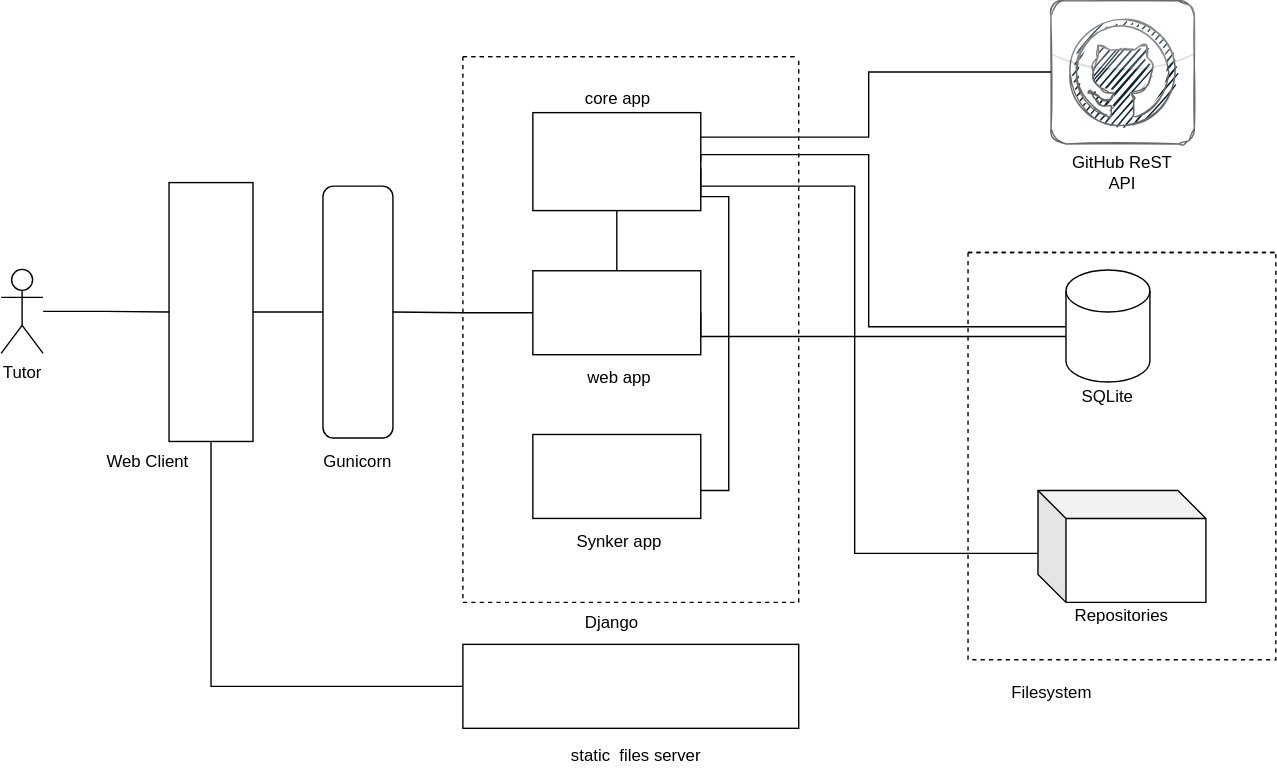
The draw.io diagram docs/sync-sys-interaction-diagram.svg in Olfredos6/synker, before a commit. Source tidied: cells renumbered, new cells last; positions are measured from the earlier drawing's top-left corner, leaving out a move shared by most shapes.
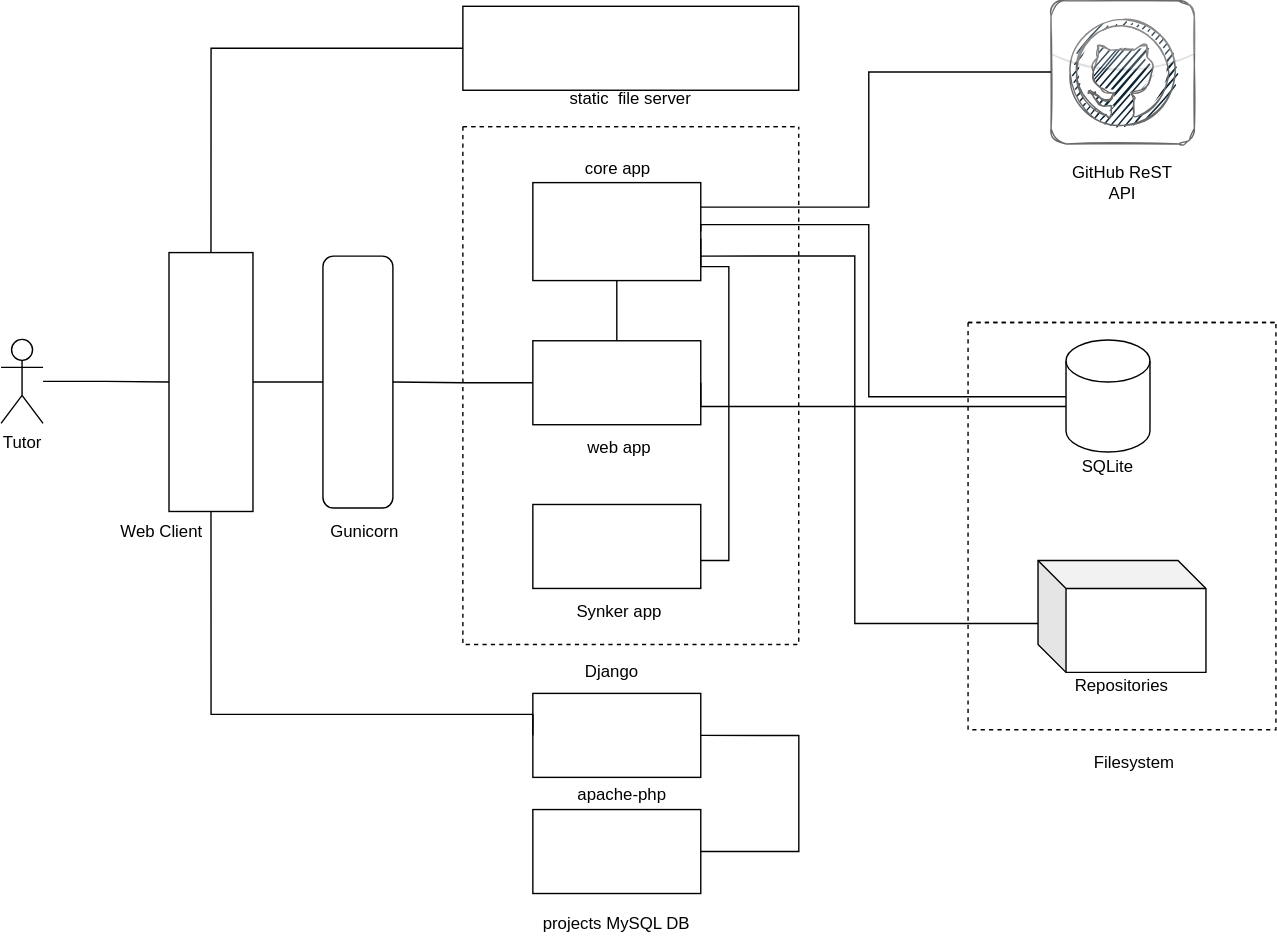
The same diagram one commit later.

Commit message:
adds php-apache service

Diff of the diagram source:
```diff
@@ -11,23 +11,35 @@
     <mxCell id="4" style="edgeStyle=orthogonalEdgeStyle;rounded=0;jettySize=auto;html=1;endArrow=none;endFill=0;" parent="1" edge="1" source="6" target="8">
       <mxGeometry relative="1" as="geometry" />
     </mxCell>
-    <mxCell id="5" style="edgeStyle=orthogonalEdgeStyle;rounded=0;jettySize=auto;html=1;exitX=0;exitY=0.5;exitDx=0;exitDy=0;entryX=0;entryY=0.5;entryDx=0;entryDy=0;endArrow=none;endFill=0;" parent="1" edge="1" source="6" target="25">
-      <mxGeometry relative="1" as="geometry" />
+    <mxCell id="5" style="edgeStyle=orthogonalEdgeStyle;rounded=0;jettySize=auto;html=1;exitX=1;exitY=0.5;exitDx=0;exitDy=0;entryX=0;entryY=0.5;entryDx=0;entryDy=0;endArrow=none;endFill=0;" parent="1" edge="1" source="6" target="25">
+      <mxGeometry relative="1" as="geometry">
+        <Array as="points">
+          <mxPoint x="150" y="-16" />
+        </Array>
+      </mxGeometry>
     </mxCell>
+    <mxCell id="35" style="edgeStyle=orthogonalEdgeStyle;rounded=0;jettySize=auto;html=1;exitX=0;exitY=0.5;exitDx=0;exitDy=0;entryX=0;entryY=0.5;entryDx=0;entryDy=0;endArrow=none;endFill=0;" parent="1" edge="1" source="6" target="37">
+      <mxGeometry relative="1" as="geometry">
+        <Array as="points">
+          <mxPoint x="150" y="460" />
+          <mxPoint x="380" y="460" />
+        </Array>
+      </mxGeometry>
+    </mxCell>
     <mxCell id="6" style="rounded=0;whiteSpace=wrap;html=1;fillColor=none;rotation=-90;" parent="1" vertex="1">
       <mxGeometry x="57.5" y="192.5" width="185" height="60" as="geometry" />
     </mxCell>
     <mxCell id="7" value="Web Client" style="text;html=1;strokeColor=none;fillColor=none;align=center;verticalAlign=middle;whiteSpace=wrap;rounded=0;" parent="1" vertex="1">
-      <mxGeometry x="70" y="320" width="70" height="20" as="geometry" />
+      <mxGeometry x="80" y="320" width="70" height="20" as="geometry" />
     </mxCell>
     <mxCell id="8" style="rounded=1;whiteSpace=wrap;html=1;fillColor=none;" parent="1" vertex="1">
       <mxGeometry x="230" y="132.5" width="50" height="180" as="geometry" />
     </mxCell>
     <mxCell id="9" value="Gunicorn" style="text;html=1;strokeColor=none;fillColor=none;align=center;verticalAlign=middle;whiteSpace=wrap;rounded=0;" parent="1" vertex="1">
-      <mxGeometry x="235" y="320" width="40" height="20" as="geometry" />
+      <mxGeometry x="240" y="320" width="40" height="20" as="geometry" />
     </mxCell>
     <mxCell id="10" style="swimlane;startSize=0;fillColor=none;dashed=1;" parent="1" vertex="1">
-      <mxGeometry x="330" y="40" width="240" height="390" as="geometry" />
+      <mxGeometry x="330" y="40" width="240" height="370" as="geometry" />
     </mxCell>
     <mxCell id="11" style="rounded=0;whiteSpace=wrap;html=1;fillColor=none;" parent="10" vertex="1">
       <mxGeometry x="50" y="153" width="120" height="60" as="geometry" />
@@ -77,19 +89,19 @@
       <mxGeometry x="90" y="250" width="40" height="20" as="geometry" />
     </mxCell>
     <mxCell id="24" value="Filesystem" style="text;html=1;strokeColor=none;fillColor=none;align=center;verticalAlign=middle;whiteSpace=wrap;rounded=0;" parent="1" vertex="1">
-      <mxGeometry x="731" y="485" width="40" height="20" as="geometry" />
+      <mxGeometry x="790" y="485" width="40" height="20" as="geometry" />
     </mxCell>
     <mxCell id="25" style="rounded=0;whiteSpace=wrap;html=1;fillColor=none;" parent="1" vertex="1">
-      <mxGeometry x="330" y="460" width="240" height="60" as="geometry" />
+      <mxGeometry x="330" y="-46" width="240" height="60" as="geometry" />
     </mxCell>
-    <mxCell id="26" value="static&amp;nbsp; files server" style="text;html=1;strokeColor=none;fillColor=none;align=center;verticalAlign=middle;whiteSpace=wrap;rounded=0;" parent="1" vertex="1">
-      <mxGeometry x="354" y="530" width="200" height="20" as="geometry" />
+    <mxCell id="26" value="static&amp;nbsp; file server" style="text;html=1;strokeColor=none;fillColor=none;align=center;verticalAlign=middle;whiteSpace=wrap;rounded=0;" parent="1" vertex="1">
+      <mxGeometry x="350" y="10" width="200" height="20" as="geometry" />
     </mxCell>
     <mxCell id="27" style="outlineConnect=0;html=1;align=center;labelPosition=center;verticalLabelPosition=bottom;verticalAlign=top;shape=mxgraph.webicons.github;fillColor=none;sketch=1;strokeColor=#696969;" parent="1" vertex="1">
-      <mxGeometry x="750.3" width="102.4" height="102.4" as="geometry" />
+      <mxGeometry x="750.3" y="-50" width="102.4" height="102.4" as="geometry" />
     </mxCell>
     <mxCell id="28" value="GitHub ReST API" style="text;html=1;strokeColor=none;fillColor=none;align=center;verticalAlign=middle;whiteSpace=wrap;rounded=0;sketch=1;" parent="1" vertex="1">
-      <mxGeometry x="760" y="112.5" width="83" height="20" as="geometry" />
+      <mxGeometry x="760" y="70" width="83" height="20" as="geometry" />
     </mxCell>
     <mxCell id="29" style="edgeStyle=orthogonalEdgeStyle;rounded=0;jettySize=auto;html=1;exitX=0;exitY=0.5;exitDx=0;exitDy=0;entryX=1;entryY=0.5;entryDx=0;entryDy=0;endArrow=none;endFill=0;" parent="1" edge="1" source="11" target="8">
       <mxGeometry relative="1" as="geometry" />
@@ -98,7 +110,7 @@
       <mxGeometry relative="1" as="geometry">
         <Array as="points">
           <mxPoint x="620" y="98" />
-          <mxPoint x="620" y="51" />
+          <mxPoint x="620" y="1" />
         </Array>
       </mxGeometry>
     </mxCell>
@@ -120,7 +132,7 @@
       </mxGeometry>
     </mxCell>
     <mxCell id="33" value="Django&amp;nbsp;&amp;nbsp;" style="text;html=1;strokeColor=none;fillColor=none;align=center;verticalAlign=middle;whiteSpace=wrap;rounded=0;dashed=1;sketch=1;" parent="1" vertex="1">
-      <mxGeometry x="420" y="435" width="40" height="20" as="geometry" />
+      <mxGeometry x="420" y="420" width="40" height="20" as="geometry" />
     </mxCell>
     <mxCell id="34" style="edgeStyle=orthogonalEdgeStyle;rounded=0;jettySize=auto;html=1;exitX=1;exitY=0.75;exitDx=0;exitDy=0;endArrow=none;endFill=0;" parent="1" edge="1" source="17" target="22">
       <mxGeometry relative="1" as="geometry">
@@ -130,5 +142,25 @@
         </Array>
       </mxGeometry>
     </mxCell>
+    <mxCell id="36" style="edgeStyle=orthogonalEdgeStyle;rounded=0;jettySize=auto;html=1;exitX=1;exitY=0.5;exitDx=0;exitDy=0;entryX=1;entryY=0.5;entryDx=0;entryDy=0;endArrow=none;endFill=0;" parent="1" edge="1" source="37" target="39">
+      <mxGeometry relative="1" as="geometry">
+        <Array as="points">
+          <mxPoint x="570" y="475" />
+          <mxPoint x="570" y="558" />
+        </Array>
+      </mxGeometry>
+    </mxCell>
+    <mxCell id="37" style="rounded=0;whiteSpace=wrap;html=1;fillColor=none;" parent="1" vertex="1">
+      <mxGeometry x="380" y="445" width="120" height="60" as="geometry" />
+    </mxCell>
+    <mxCell id="38" value="apache-php" style="text;html=1;strokeColor=none;fillColor=none;align=center;verticalAlign=middle;whiteSpace=wrap;rounded=0;" parent="1" vertex="1">
+      <mxGeometry x="409" y="508" width="70" height="20" as="geometry" />
+    </mxCell>
+    <mxCell id="39" style="rounded=0;whiteSpace=wrap;html=1;fillColor=none;" parent="1" vertex="1">
+      <mxGeometry x="380" y="528" width="120" height="60" as="geometry" />
+    </mxCell>
+    <mxCell id="40" value="projects MySQL DB" style="text;html=1;strokeColor=none;fillColor=none;align=center;verticalAlign=middle;whiteSpace=wrap;rounded=0;" parent="1" vertex="1">
+      <mxGeometry x="380" y="600" width="120" height="20" as="geometry" />
+    </mxCell>
   </root>
 </mxGraphModel>
```
